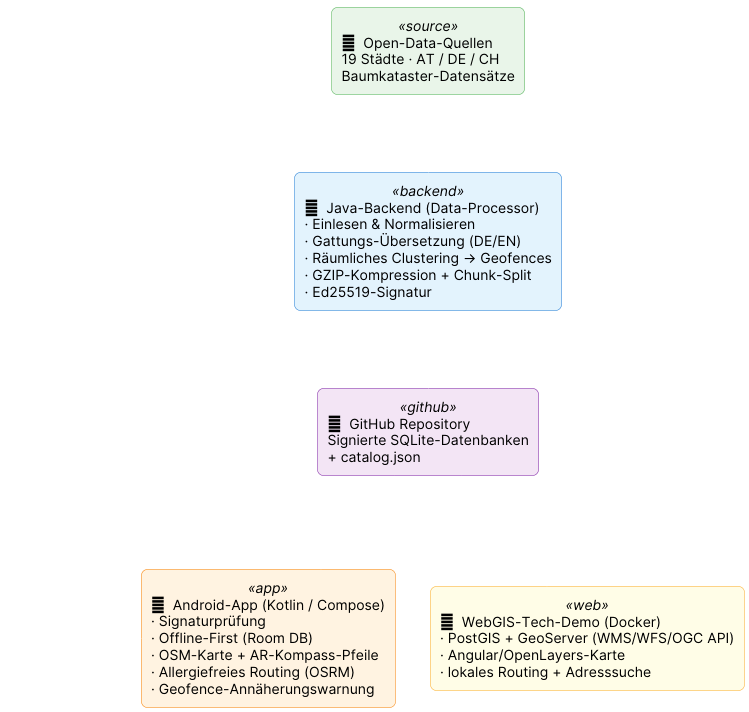
matthili/BaumRadar keeps this PlantUML diagram as docs/architecture/00_overview.png. Above is the earlier version.
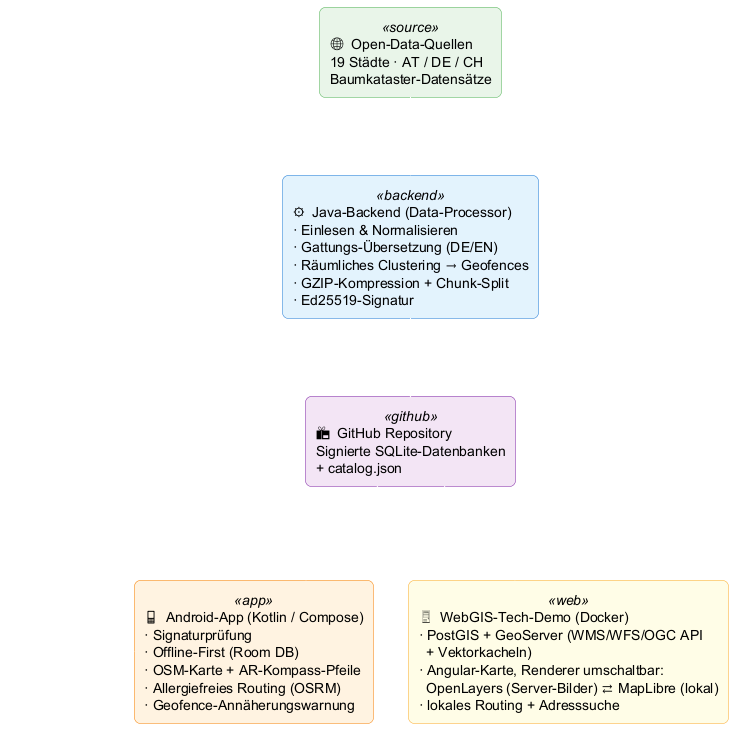
The same diagram one commit later.

Change to the diagram source:
```diff
@@ -40,7 +40,7 @@
 
 rectangle "📱  Android-App (Kotlin / Compose)\n· Signaturprüfung\n· Offline-First (Room DB)\n· OSM-Karte + AR-Kompass-Pfeile\n· Allergiefreies Routing (OSRM)\n· Geofence-Annäherungswarnung" as App <<app>>
 
-rectangle "🖥️  WebGIS-Tech-Demo (Docker)\n· PostGIS + GeoServer (WMS/WFS/OGC API)\n· Angular/OpenLayers-Karte\n· lokales Routing + Adresssuche" as Web <<web>>
+rectangle "🖥️  WebGIS-Tech-Demo (Docker)\n· PostGIS + GeoServer (WMS/WFS/OGC API\n  + Vektorkacheln)\n· Angular-Karte, Renderer umschaltbar:\n  OpenLayers (Server-Bilder) ⇄ MapLibre (lokal)\n· lokales Routing + Adresssuche" as Web <<web>>
 
 actor "Nutzer:in\n(Allergie-Profil)" as User
 
```
